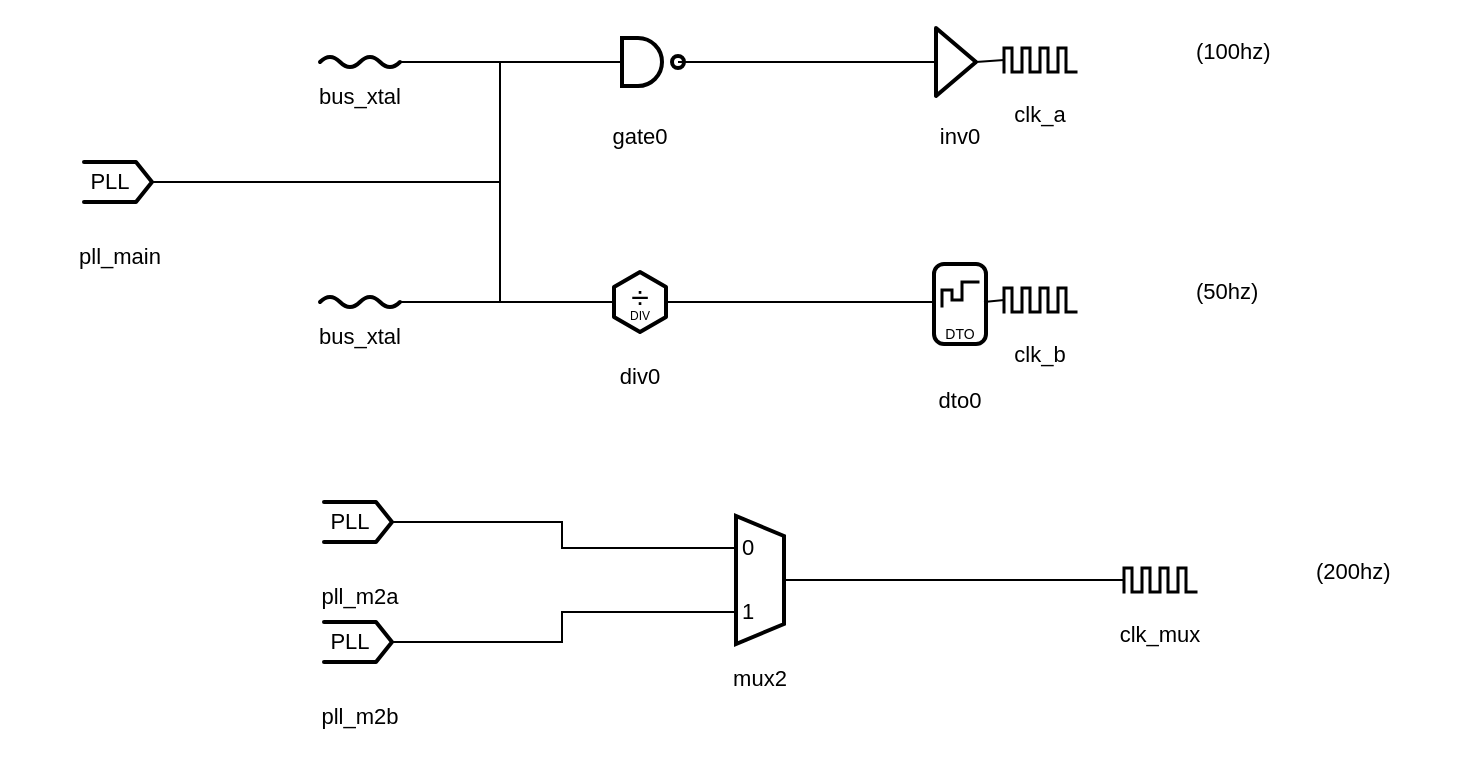
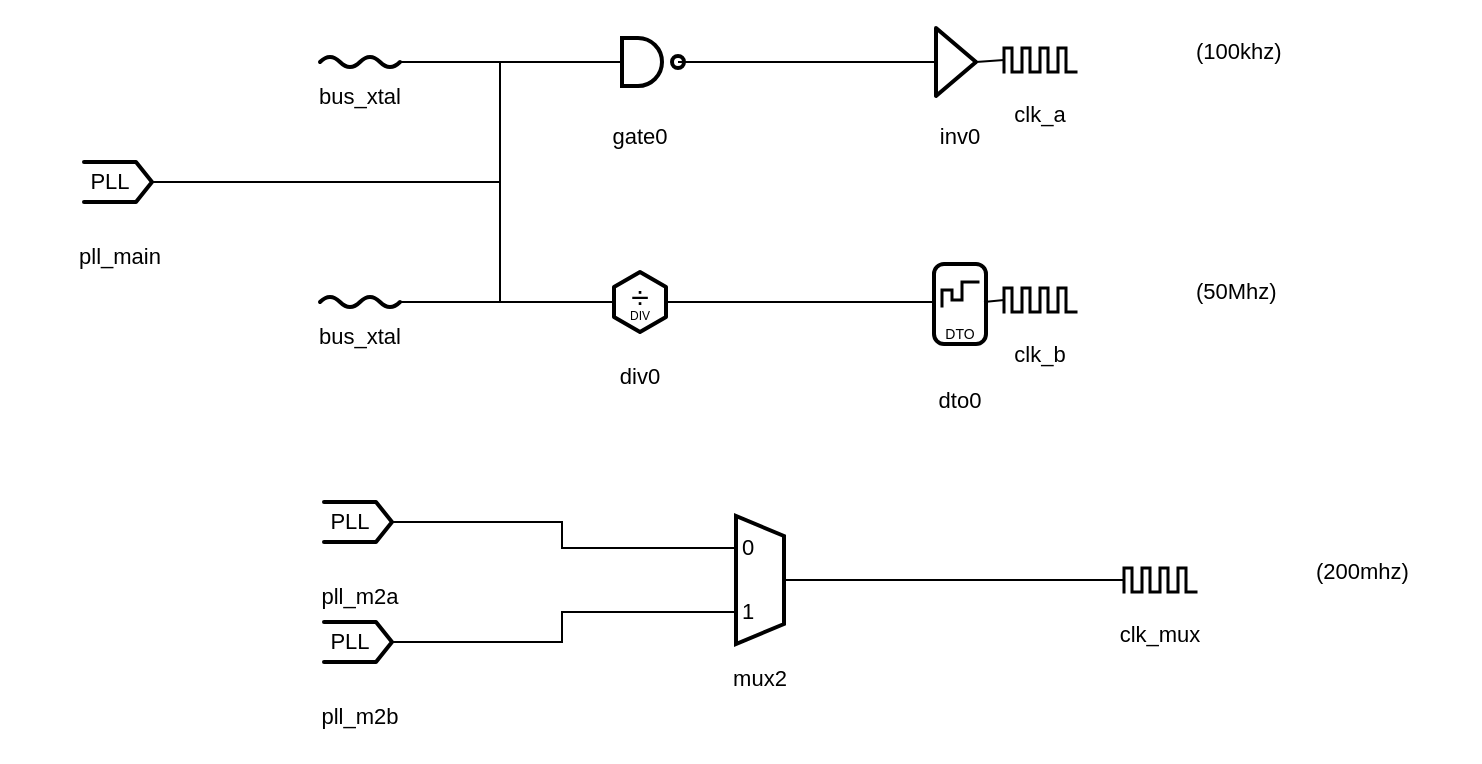
<mxfile>
  <diagram id="fig2" name="fig2"><mxGraphModel>
      <root>
        <mxCell id="0"/>
        <mxCell id="1" parent="0"/>
        <object name="bus_xtal" label="&lt;div style=&quot;position:relative;box-sizing:border-box;margin:0;padding:0;display:block;width:100%;height:100%;overflow:visible;white-space:nowrap;font-family:Helvetica,Arial,sans-serif;&quot;&gt;&lt;div style=&quot;position:absolute;left:0;top:0;width:100%;height:100%;&quot;&gt;&lt;svg xmlns=&quot;http://www.w3.org/2000/svg&quot; width=&quot;100%&quot; height=&quot;100%&quot; viewBox=&quot;0 0 120 40&quot; preserveAspectRatio=&quot;none&quot; style=&quot;display:block;overflow:visible;&quot;&gt;&lt;path d=&quot;M 40 14 Q 45 9 50 14 T 60 14 T 70 14 T 80 14&quot; fill=&quot;none&quot; stroke=&quot;#000000&quot; stroke-width=&quot;2&quot; stroke-linecap=&quot;round&quot; stroke-linejoin=&quot;round&quot;/&gt;&lt;/svg&gt;&lt;/div&gt;&lt;div style=&quot;position:absolute;left:50%;top:55.00000000000001%;transform:translateX(-50%);text-align:center;font-size:11px;line-height:1;white-space:nowrap;padding-top:4px;&quot;&gt;bus_xtal&lt;/div&gt;&lt;/div&gt;" placeholders="0" id="10">
          <mxCell style="rounded=0;whiteSpace=nowrap;html=1;metaEdit=1;placeholders=1;overflow=fill;autosize=0;fillColor=none;strokeColor=none;spacingTop=0;spacingBottom=0;spacingLeft=0;spacingRight=0;align=left;verticalAlign=top;drawclockType=wire;points=[[0.3333,0.3500,0,0,0],[0.6667,0.3500,0,0,0]];" vertex="1" parent="1">
            <mxGeometry x="40" y="66" width="120" height="40" as="geometry"/>
          </mxCell>
        </object>
        <object name="bus_xtal" label="&lt;div style=&quot;position:relative;box-sizing:border-box;margin:0;padding:0;display:block;width:100%;height:100%;overflow:visible;white-space:nowrap;font-family:Helvetica,Arial,sans-serif;&quot;&gt;&lt;div style=&quot;position:absolute;left:0;top:0;width:100%;height:100%;&quot;&gt;&lt;svg xmlns=&quot;http://www.w3.org/2000/svg&quot; width=&quot;100%&quot; height=&quot;100%&quot; viewBox=&quot;0 0 120 40&quot; preserveAspectRatio=&quot;none&quot; style=&quot;display:block;overflow:visible;&quot;&gt;&lt;path d=&quot;M 40 14 Q 45 9 50 14 T 60 14 T 70 14 T 80 14&quot; fill=&quot;none&quot; stroke=&quot;#000000&quot; stroke-width=&quot;2&quot; stroke-linecap=&quot;round&quot; stroke-linejoin=&quot;round&quot;/&gt;&lt;/svg&gt;&lt;/div&gt;&lt;div style=&quot;position:absolute;left:50%;top:55.00000000000001%;transform:translateX(-50%);text-align:center;font-size:11px;line-height:1;white-space:nowrap;padding-top:4px;&quot;&gt;bus_xtal&lt;/div&gt;&lt;/div&gt;" placeholders="0" id="11">
          <mxCell style="rounded=0;whiteSpace=nowrap;html=1;metaEdit=1;placeholders=1;overflow=fill;autosize=0;fillColor=none;strokeColor=none;spacingTop=0;spacingBottom=0;spacingLeft=0;spacingRight=0;align=left;verticalAlign=top;drawclockType=wire;points=[[0.3333,0.3500,0,0,0],[0.6667,0.3500,0,0,0]];" vertex="1" parent="1">
            <mxGeometry x="40" y="186" width="120" height="40" as="geometry"/>
          </mxCell>
        </object>
        <object name="gate0" label="&lt;div style=&quot;position:relative;box-sizing:border-box;margin:0;padding:0;display:block;width:100%;height:100%;overflow:visible;white-space:nowrap;font-family:Helvetica,Arial,sans-serif;&quot;&gt;&lt;div style=&quot;position:absolute;left:0;top:0;width:100%;height:100%;&quot;&gt;&lt;svg xmlns=&quot;http://www.w3.org/2000/svg&quot; width=&quot;100%&quot; height=&quot;100%&quot; viewBox=&quot;0 0 120 90&quot; preserveAspectRatio=&quot;none&quot; style=&quot;display:block;overflow:visible;&quot;&gt;&lt;path d=&quot;M 51 18 L 59 18 A 12 12 0 1 1 59 42 L 51 42 Z&quot; fill=&quot;none&quot; stroke=&quot;#000000&quot; stroke-width=&quot;2&quot; stroke-linejoin=&quot;miter&quot;/&gt;&lt;circle cx=&quot;79&quot; cy=&quot;30&quot; r=&quot;3&quot; fill=&quot;#ffffff&quot; stroke=&quot;#000000&quot; stroke-width=&quot;2&quot;/&gt;&lt;/svg&gt;&lt;/div&gt;&lt;div style=&quot;position:absolute;left:50%;top:64.44444444444444%;transform:translateX(-50%);text-align:center;font-size:11px;line-height:1;white-space:nowrap;padding-top:4px;&quot;&gt;gate0&lt;/div&gt;&lt;/div&gt;" placeholders="0" id="12">
          <mxCell style="rounded=0;whiteSpace=nowrap;html=1;metaEdit=1;placeholders=1;overflow=fill;autosize=0;fillColor=none;strokeColor=none;spacingTop=0;spacingBottom=0;spacingLeft=0;spacingRight=0;align=left;verticalAlign=top;drawclockType=gate;points=[[0.4250,0.3333,0,0,0],[0.6583,0.3333,0,0,0]];" vertex="1" parent="1">
            <mxGeometry x="180" y="50" width="120" height="90" as="geometry"/>
          </mxCell>
        </object>
        <object name="div0" label="&lt;div style=&quot;position:relative;box-sizing:border-box;margin:0;padding:0;display:block;width:100%;height:100%;overflow:visible;white-space:nowrap;font-family:Helvetica,Arial,sans-serif;&quot;&gt;&lt;div style=&quot;position:absolute;left:0;top:0;width:100%;height:100%;&quot;&gt;&lt;svg xmlns=&quot;http://www.w3.org/2000/svg&quot; width=&quot;100%&quot; height=&quot;100%&quot; viewBox=&quot;0 0 120 90&quot; preserveAspectRatio=&quot;none&quot; style=&quot;display:block;overflow:visible;&quot;&gt;&lt;polygon points=&quot;73.0,37.5 60.0,45.0 47.0,37.5 47.0,22.5 60.0,15.0 73.0,22.5&quot; fill=&quot;none&quot; stroke=&quot;#000000&quot; stroke-width=&quot;2&quot; stroke-linejoin=&quot;round&quot;/&gt;&lt;/svg&gt;&lt;span style=&quot;position:absolute;left:50.0%;top:31.11111111111111%;font-size:16px;line-height:1;white-space:nowrap;transform:translate(-50%,-50%);&quot;&gt;÷&lt;/span&gt;&lt;span style=&quot;position:absolute;left:50.0%;top:41.11111111111111%;font-size:6px;line-height:1;white-space:nowrap;transform:translate(-50%,-50%);&quot;&gt;DIV&lt;/span&gt;&lt;/div&gt;&lt;div style=&quot;position:absolute;left:50%;top:64.44444444444444%;transform:translateX(-50%);text-align:center;font-size:11px;line-height:1;white-space:nowrap;padding-top:4px;&quot;&gt;div0&lt;/div&gt;&lt;/div&gt;" placeholders="0" id="13">
          <mxCell style="rounded=0;whiteSpace=nowrap;html=1;metaEdit=1;placeholders=1;overflow=fill;autosize=0;fillColor=none;strokeColor=none;spacingTop=0;spacingBottom=0;spacingLeft=0;spacingRight=0;align=left;verticalAlign=top;drawclockType=div;points=[[0.4000,0.3333,0,0,0],[0.6000,0.3333,0,0,0]];" vertex="1" parent="1">
            <mxGeometry x="180" y="170" width="120" height="90" as="geometry"/>
          </mxCell>
        </object>
        <object name="pll_main" label="&lt;div style=&quot;position:relative;box-sizing:border-box;margin:0;padding:0;display:block;width:100%;height:100%;overflow:visible;white-space:nowrap;font-family:Helvetica,Arial,sans-serif;&quot;&gt;&lt;div style=&quot;position:absolute;left:0;top:0;width:100%;height:100%;&quot;&gt;&lt;svg xmlns=&quot;http://www.w3.org/2000/svg&quot; width=&quot;100%&quot; height=&quot;100%&quot; viewBox=&quot;0 0 120 90&quot; preserveAspectRatio=&quot;none&quot; style=&quot;display:block;overflow:visible;&quot;&gt;&lt;path d=&quot;M 42 20 L 68 20 L 76 30 L 68 40 L 42 40&quot; fill=&quot;none&quot; stroke=&quot;#000000&quot; stroke-width=&quot;2&quot; stroke-linejoin=&quot;round&quot; stroke-linecap=&quot;round&quot;/&gt;&lt;/svg&gt;&lt;span style=&quot;position:absolute;left:45.83333333333333%;top:33.33333333333333%;font-size:11px;line-height:1;white-space:nowrap;transform:translate(-50%,-50%);&quot;&gt;PLL&lt;/span&gt;&lt;/div&gt;&lt;div style=&quot;position:absolute;left:50%;top:64.44444444444444%;transform:translateX(-50%);text-align:center;font-size:11px;line-height:1;white-space:nowrap;padding-top:4px;&quot;&gt;pll_main&lt;/div&gt;&lt;/div&gt;" placeholders="0" id="14">
          <mxCell style="rounded=0;whiteSpace=nowrap;html=1;metaEdit=1;placeholders=1;overflow=fill;autosize=0;fillColor=none;strokeColor=none;spacingTop=0;spacingBottom=0;spacingLeft=0;spacingRight=0;align=left;verticalAlign=top;drawclockType=pll;points=[[0.6333,0.3333,0,0,0]];" vertex="1" parent="1">
            <mxGeometry x="-80" y="110" width="120" height="90" as="geometry"/>
          </mxCell>
        </object>
        <object name="inv0" label="&lt;div style=&quot;position:relative;box-sizing:border-box;margin:0;padding:0;display:block;width:100%;height:100%;overflow:visible;white-space:nowrap;font-family:Helvetica,Arial,sans-serif;&quot;&gt;&lt;div style=&quot;position:absolute;left:0;top:0;width:100%;height:100%;&quot;&gt;&lt;svg xmlns=&quot;http://www.w3.org/2000/svg&quot; width=&quot;100%&quot; height=&quot;100%&quot; viewBox=&quot;0 0 120 90&quot; preserveAspectRatio=&quot;none&quot; style=&quot;display:block;overflow:visible;&quot;&gt;&lt;polygon points=&quot;48,30 48,13 68,30 48,47&quot; fill=&quot;none&quot; stroke=&quot;#000000&quot; stroke-width=&quot;2&quot; stroke-linejoin=&quot;round&quot;/&gt;&lt;/svg&gt;&lt;/div&gt;&lt;div style=&quot;position:absolute;left:50%;top:64.44444444444444%;transform:translateX(-50%);text-align:center;font-size:11px;line-height:1;white-space:nowrap;padding-top:4px;&quot;&gt;inv0&lt;/div&gt;&lt;/div&gt;" placeholders="0" id="15">
          <mxCell style="rounded=0;whiteSpace=nowrap;html=1;metaEdit=1;placeholders=1;overflow=fill;autosize=0;fillColor=none;strokeColor=none;spacingTop=0;spacingBottom=0;spacingLeft=0;spacingRight=0;align=left;verticalAlign=top;drawclockType=inv;points=[[0.4000,0.3333,0,0,0],[0.5667,0.3333,0,0,0]];" vertex="1" parent="1">
            <mxGeometry x="340" y="50" width="120" height="90" as="geometry"/>
          </mxCell>
        </object>
        <object name="dto0" label="&lt;div style=&quot;position:relative;box-sizing:border-box;margin:0;padding:0;display:block;width:100%;height:100%;overflow:visible;white-space:nowrap;font-family:Helvetica,Arial,sans-serif;&quot;&gt;&lt;div style=&quot;position:absolute;left:0;top:0;width:100%;height:100%;&quot;&gt;&lt;svg xmlns=&quot;http://www.w3.org/2000/svg&quot; width=&quot;100%&quot; height=&quot;100%&quot; viewBox=&quot;0 0 120 90&quot; preserveAspectRatio=&quot;none&quot; style=&quot;display:block;overflow:visible;&quot;&gt;&lt;rect x=&quot;47&quot; y=&quot;11&quot; width=&quot;26&quot; height=&quot;40&quot; rx=&quot;5&quot; ry=&quot;5&quot; fill=&quot;none&quot; stroke=&quot;#000000&quot; stroke-width=&quot;2&quot;/&gt;&lt;path d=&quot;M 51 32 L 51 24 L 56 24 L 56 29 L 61 29 L 61 20 L 69 20&quot; fill=&quot;none&quot; stroke=&quot;#000000&quot; stroke-width=&quot;1.5&quot; stroke-linecap=&quot;square&quot;/&gt;&lt;/svg&gt;&lt;span style=&quot;position:absolute;left:50.0%;top:51.11111111111111%;font-size:7px;line-height:1;white-space:nowrap;transform:translate(-50%,-50%);&quot;&gt;DTO&lt;/span&gt;&lt;/div&gt;&lt;div style=&quot;position:absolute;left:50%;top:64.44444444444444%;transform:translateX(-50%);text-align:center;font-size:11px;line-height:1;white-space:nowrap;padding-top:16px;&quot;&gt;dto0&lt;/div&gt;&lt;/div&gt;" placeholders="0" id="16">
          <mxCell style="rounded=0;whiteSpace=nowrap;html=1;metaEdit=1;placeholders=1;overflow=fill;autosize=0;fillColor=none;strokeColor=none;spacingTop=0;spacingBottom=0;spacingLeft=0;spacingRight=0;align=left;verticalAlign=top;drawclockType=dto;points=[[0.4000,0.3333,0,0,0],[0.6000,0.3333,0,0,0]];" vertex="1" parent="1">
            <mxGeometry x="340" y="170" width="120" height="90" as="geometry"/>
          </mxCell>
        </object>
-         <object name="clk_a" label="&lt;div style=&quot;position:relative;box-sizing:border-box;margin:0;padding:0;display:block;width:100%;height:100%;overflow:visible;white-space:nowrap;font-family:Helvetica,Arial,sans-serif;&quot;&gt;&lt;div style=&quot;position:absolute;left:0;top:0;width:100%;height:100%;&quot;&gt;&lt;svg xmlns=&quot;http://www.w3.org/2000/svg&quot; width=&quot;100%&quot; height=&quot;100%&quot; viewBox=&quot;0 0 260 72&quot; preserveAspectRatio=&quot;none&quot; style=&quot;display:block;overflow:visible;&quot;&gt;&lt;path d=&quot;M 82 36 L 82 24 L 86 24 L 86 36 L 91 36 L 91 24 L 95 24 L 95 36 L 100 36 L 100 24 L 104 24 L 104 36 L 109 36 L 109 24 L 113 24 L 113 36 L 118 36&quot; fill=&quot;none&quot; stroke=&quot;#000000&quot; stroke-width=&quot;1.5&quot; stroke-linecap=&quot;square&quot; stroke-linejoin=&quot;miter&quot;/&gt;&lt;/svg&gt;&lt;/div&gt;&lt;div style=&quot;position:absolute;left:45.38461538461539%;top:36.11111111111111%;display:flex;align-items:center;white-space:nowrap;transform:translateY(-50%);&quot;&gt;&lt;div style=&quot;flex:0 0 auto;width:60px;&quot;&gt;&lt;/div&gt;&lt;span style=&quot;flex:0 0 auto;font-size:11px;line-height:1;white-space:nowrap;&quot;&gt;(100hz)&lt;/span&gt;&lt;/div&gt;&lt;div style=&quot;position:absolute;left:38.46153846153847%;top:50.0%;transform:translateX(-50%);text-align:center;font-size:11px;line-height:1;white-space:nowrap;padding-top:16px;&quot;&gt;clk_a&lt;/div&gt;&lt;/div&gt;" placeholders="0" id="17" freq="100">
+         <object name="clk_a" label="&lt;div style=&quot;position:relative;box-sizing:border-box;margin:0;padding:0;display:block;width:100%;height:100%;overflow:visible;white-space:nowrap;font-family:Helvetica,Arial,sans-serif;&quot;&gt;&lt;div style=&quot;position:absolute;left:0;top:0;width:100%;height:100%;&quot;&gt;&lt;svg xmlns=&quot;http://www.w3.org/2000/svg&quot; width=&quot;100%&quot; height=&quot;100%&quot; viewBox=&quot;0 0 260 72&quot; preserveAspectRatio=&quot;none&quot; style=&quot;display:block;overflow:visible;&quot;&gt;&lt;path d=&quot;M 82 36 L 82 24 L 86 24 L 86 36 L 91 36 L 91 24 L 95 24 L 95 36 L 100 36 L 100 24 L 104 24 L 104 36 L 109 36 L 109 24 L 113 24 L 113 36 L 118 36&quot; fill=&quot;none&quot; stroke=&quot;#000000&quot; stroke-width=&quot;1.5&quot; stroke-linecap=&quot;square&quot; stroke-linejoin=&quot;miter&quot;/&gt;&lt;/svg&gt;&lt;/div&gt;&lt;div style=&quot;position:absolute;left:45.38461538461539%;top:36.11111111111111%;display:flex;align-items:center;white-space:nowrap;transform:translateY(-50%);&quot;&gt;&lt;div style=&quot;flex:0 0 auto;width:60px;&quot;&gt;&lt;/div&gt;&lt;span style=&quot;flex:0 0 auto;font-size:11px;line-height:1;white-space:nowrap;&quot;&gt;(100khz)&lt;/span&gt;&lt;/div&gt;&lt;div style=&quot;position:absolute;left:38.46153846153847%;top:50.0%;transform:translateX(-50%);text-align:center;font-size:11px;line-height:1;white-space:nowrap;padding-top:16px;&quot;&gt;clk_a&lt;/div&gt;&lt;/div&gt;" placeholders="0" id="17" freq="100k">
          <mxCell style="rounded=0;whiteSpace=nowrap;html=1;metaEdit=1;placeholders=1;overflow=fill;autosize=0;fillColor=none;strokeColor=none;spacingTop=0;spacingBottom=0;spacingLeft=0;spacingRight=0;align=left;verticalAlign=top;drawclockType=clock;points=[[0.3154,0.4167,0,0,0]];" vertex="1" parent="1">
            <mxGeometry x="340" y="49" width="260" height="72" as="geometry"/>
          </mxCell>
        </object>
-         <object name="clk_b" label="&lt;div style=&quot;position:relative;box-sizing:border-box;margin:0;padding:0;display:block;width:100%;height:100%;overflow:visible;white-space:nowrap;font-family:Helvetica,Arial,sans-serif;&quot;&gt;&lt;div style=&quot;position:absolute;left:0;top:0;width:100%;height:100%;&quot;&gt;&lt;svg xmlns=&quot;http://www.w3.org/2000/svg&quot; width=&quot;100%&quot; height=&quot;100%&quot; viewBox=&quot;0 0 260 72&quot; preserveAspectRatio=&quot;none&quot; style=&quot;display:block;overflow:visible;&quot;&gt;&lt;path d=&quot;M 82 36 L 82 24 L 86 24 L 86 36 L 91 36 L 91 24 L 95 24 L 95 36 L 100 36 L 100 24 L 104 24 L 104 36 L 109 36 L 109 24 L 113 24 L 113 36 L 118 36&quot; fill=&quot;none&quot; stroke=&quot;#000000&quot; stroke-width=&quot;1.5&quot; stroke-linecap=&quot;square&quot; stroke-linejoin=&quot;miter&quot;/&gt;&lt;/svg&gt;&lt;/div&gt;&lt;div style=&quot;position:absolute;left:45.38461538461539%;top:36.11111111111111%;display:flex;align-items:center;white-space:nowrap;transform:translateY(-50%);&quot;&gt;&lt;div style=&quot;flex:0 0 auto;width:60px;&quot;&gt;&lt;/div&gt;&lt;span style=&quot;flex:0 0 auto;font-size:11px;line-height:1;white-space:nowrap;&quot;&gt;(50hz)&lt;/span&gt;&lt;/div&gt;&lt;div style=&quot;position:absolute;left:38.46153846153847%;top:50.0%;transform:translateX(-50%);text-align:center;font-size:11px;line-height:1;white-space:nowrap;padding-top:16px;&quot;&gt;clk_b&lt;/div&gt;&lt;/div&gt;" placeholders="0" id="18" freq="50">
+         <object name="clk_b" label="&lt;div style=&quot;position:relative;box-sizing:border-box;margin:0;padding:0;display:block;width:100%;height:100%;overflow:visible;white-space:nowrap;font-family:Helvetica,Arial,sans-serif;&quot;&gt;&lt;div style=&quot;position:absolute;left:0;top:0;width:100%;height:100%;&quot;&gt;&lt;svg xmlns=&quot;http://www.w3.org/2000/svg&quot; width=&quot;100%&quot; height=&quot;100%&quot; viewBox=&quot;0 0 260 72&quot; preserveAspectRatio=&quot;none&quot; style=&quot;display:block;overflow:visible;&quot;&gt;&lt;path d=&quot;M 82 36 L 82 24 L 86 24 L 86 36 L 91 36 L 91 24 L 95 24 L 95 36 L 100 36 L 100 24 L 104 24 L 104 36 L 109 36 L 109 24 L 113 24 L 113 36 L 118 36&quot; fill=&quot;none&quot; stroke=&quot;#000000&quot; stroke-width=&quot;1.5&quot; stroke-linecap=&quot;square&quot; stroke-linejoin=&quot;miter&quot;/&gt;&lt;/svg&gt;&lt;/div&gt;&lt;div style=&quot;position:absolute;left:45.38461538461539%;top:36.11111111111111%;display:flex;align-items:center;white-space:nowrap;transform:translateY(-50%);&quot;&gt;&lt;div style=&quot;flex:0 0 auto;width:60px;&quot;&gt;&lt;/div&gt;&lt;span style=&quot;flex:0 0 auto;font-size:11px;line-height:1;white-space:nowrap;&quot;&gt;(50Mhz)&lt;/span&gt;&lt;/div&gt;&lt;div style=&quot;position:absolute;left:38.46153846153847%;top:50.0%;transform:translateX(-50%);text-align:center;font-size:11px;line-height:1;white-space:nowrap;padding-top:16px;&quot;&gt;clk_b&lt;/div&gt;&lt;/div&gt;" placeholders="0" id="18" freq="50M">
          <mxCell style="rounded=0;whiteSpace=nowrap;html=1;metaEdit=1;placeholders=1;overflow=fill;autosize=0;fillColor=none;strokeColor=none;spacingTop=0;spacingBottom=0;spacingLeft=0;spacingRight=0;align=left;verticalAlign=top;drawclockType=clock;points=[[0.3154,0.4167,0,0,0]];" vertex="1" parent="1">
            <mxGeometry x="340" y="169" width="260" height="72" as="geometry"/>
          </mxCell>
        </object>
        <object name="mux2" label="&lt;div style=&quot;position:relative;box-sizing:border-box;margin:0;padding:0;display:block;width:100%;height:100%;overflow:visible;white-space:nowrap;font-family:Helvetica,Arial,sans-serif;&quot;&gt;&lt;div style=&quot;position:absolute;left:0;top:0;width:100%;height:100%;&quot;&gt;&lt;svg xmlns=&quot;http://www.w3.org/2000/svg&quot; width=&quot;100%&quot; height=&quot;100%&quot; viewBox=&quot;0 0 120 106&quot; preserveAspectRatio=&quot;none&quot; style=&quot;display:block;overflow:visible;&quot;&gt;&lt;polygon points=&quot;48,6 48,70 72,60 72,16&quot; fill=&quot;none&quot; stroke=&quot;#000000&quot; stroke-width=&quot;2&quot;/&gt;&lt;/svg&gt;&lt;span style=&quot;position:absolute;left:45.0%;top:20.754716981132077%;font-size:11px;line-height:1;white-space:nowrap;transform:translate(-50%,-50%);&quot;&gt;0&lt;/span&gt;&lt;span style=&quot;position:absolute;left:45.0%;top:50.943396226415096%;font-size:11px;line-height:1;white-space:nowrap;transform:translate(-50%,-50%);&quot;&gt;1&lt;/span&gt;&lt;/div&gt;&lt;div style=&quot;position:absolute;left:50%;top:73.58490566037736%;transform:translateX(-50%);text-align:center;font-size:11px;line-height:1;white-space:nowrap;padding-top:4px;&quot;&gt;mux2&lt;/div&gt;&lt;/div&gt;" placeholders="0" id="19" in0_label="0" in1_label="1">
          <mxCell style="rounded=0;whiteSpace=nowrap;html=1;metaEdit=1;placeholders=1;overflow=fill;autosize=0;fillColor=none;strokeColor=none;spacingTop=0;spacingBottom=0;spacingLeft=0;spacingRight=0;align=left;verticalAlign=top;drawclockType=mux2;points=[[0.4000,0.2075,0,0,0],[0.4000,0.5094,0,0,0],[0.6000,0.3585,0,0,0]];" vertex="1" parent="1">
            <mxGeometry x="240" y="301" width="120" height="106" as="geometry"/>
          </mxCell>
        </object>
        <object name="pll_m2a" label="&lt;div style=&quot;position:relative;box-sizing:border-box;margin:0;padding:0;display:block;width:100%;height:100%;overflow:visible;white-space:nowrap;font-family:Helvetica,Arial,sans-serif;&quot;&gt;&lt;div style=&quot;position:absolute;left:0;top:0;width:100%;height:100%;&quot;&gt;&lt;svg xmlns=&quot;http://www.w3.org/2000/svg&quot; width=&quot;100%&quot; height=&quot;100%&quot; viewBox=&quot;0 0 120 90&quot; preserveAspectRatio=&quot;none&quot; style=&quot;display:block;overflow:visible;&quot;&gt;&lt;path d=&quot;M 42 20 L 68 20 L 76 30 L 68 40 L 42 40&quot; fill=&quot;none&quot; stroke=&quot;#000000&quot; stroke-width=&quot;2&quot; stroke-linejoin=&quot;round&quot; stroke-linecap=&quot;round&quot;/&gt;&lt;/svg&gt;&lt;span style=&quot;position:absolute;left:45.83333333333333%;top:33.33333333333333%;font-size:11px;line-height:1;white-space:nowrap;transform:translate(-50%,-50%);&quot;&gt;PLL&lt;/span&gt;&lt;/div&gt;&lt;div style=&quot;position:absolute;left:50%;top:64.44444444444444%;transform:translateX(-50%);text-align:center;font-size:11px;line-height:1;white-space:nowrap;padding-top:4px;&quot;&gt;pll_m2a&lt;/div&gt;&lt;/div&gt;" placeholders="0" id="20">
          <mxCell style="rounded=0;whiteSpace=nowrap;html=1;metaEdit=1;placeholders=1;overflow=fill;autosize=0;fillColor=none;strokeColor=none;spacingTop=0;spacingBottom=0;spacingLeft=0;spacingRight=0;align=left;verticalAlign=top;drawclockType=pll;points=[[0.6333,0.3333,0,0,0]];" vertex="1" parent="1">
            <mxGeometry x="40" y="280" width="120" height="90" as="geometry"/>
          </mxCell>
        </object>
        <object name="pll_m2b" label="&lt;div style=&quot;position:relative;box-sizing:border-box;margin:0;padding:0;display:block;width:100%;height:100%;overflow:visible;white-space:nowrap;font-family:Helvetica,Arial,sans-serif;&quot;&gt;&lt;div style=&quot;position:absolute;left:0;top:0;width:100%;height:100%;&quot;&gt;&lt;svg xmlns=&quot;http://www.w3.org/2000/svg&quot; width=&quot;100%&quot; height=&quot;100%&quot; viewBox=&quot;0 0 120 90&quot; preserveAspectRatio=&quot;none&quot; style=&quot;display:block;overflow:visible;&quot;&gt;&lt;path d=&quot;M 42 20 L 68 20 L 76 30 L 68 40 L 42 40&quot; fill=&quot;none&quot; stroke=&quot;#000000&quot; stroke-width=&quot;2&quot; stroke-linejoin=&quot;round&quot; stroke-linecap=&quot;round&quot;/&gt;&lt;/svg&gt;&lt;span style=&quot;position:absolute;left:45.83333333333333%;top:33.33333333333333%;font-size:11px;line-height:1;white-space:nowrap;transform:translate(-50%,-50%);&quot;&gt;PLL&lt;/span&gt;&lt;/div&gt;&lt;div style=&quot;position:absolute;left:50%;top:64.44444444444444%;transform:translateX(-50%);text-align:center;font-size:11px;line-height:1;white-space:nowrap;padding-top:4px;&quot;&gt;pll_m2b&lt;/div&gt;&lt;/div&gt;" placeholders="0" id="21">
          <mxCell style="rounded=0;whiteSpace=nowrap;html=1;metaEdit=1;placeholders=1;overflow=fill;autosize=0;fillColor=none;strokeColor=none;spacingTop=0;spacingBottom=0;spacingLeft=0;spacingRight=0;align=left;verticalAlign=top;drawclockType=pll;points=[[0.6333,0.3333,0,0,0]];" vertex="1" parent="1">
            <mxGeometry x="40" y="340" width="120" height="90" as="geometry"/>
          </mxCell>
        </object>
-         <object name="clk_mux" label="&lt;div style=&quot;position:relative;box-sizing:border-box;margin:0;padding:0;display:block;width:100%;height:100%;overflow:visible;white-space:nowrap;font-family:Helvetica,Arial,sans-serif;&quot;&gt;&lt;div style=&quot;position:absolute;left:0;top:0;width:100%;height:100%;&quot;&gt;&lt;svg xmlns=&quot;http://www.w3.org/2000/svg&quot; width=&quot;100%&quot; height=&quot;100%&quot; viewBox=&quot;0 0 260 72&quot; preserveAspectRatio=&quot;none&quot; style=&quot;display:block;overflow:visible;&quot;&gt;&lt;path d=&quot;M 82 36 L 82 24 L 86 24 L 86 36 L 91 36 L 91 24 L 95 24 L 95 36 L 100 36 L 100 24 L 104 24 L 104 36 L 109 36 L 109 24 L 113 24 L 113 36 L 118 36&quot; fill=&quot;none&quot; stroke=&quot;#000000&quot; stroke-width=&quot;1.5&quot; stroke-linecap=&quot;square&quot; stroke-linejoin=&quot;miter&quot;/&gt;&lt;/svg&gt;&lt;/div&gt;&lt;div style=&quot;position:absolute;left:45.38461538461539%;top:36.11111111111111%;display:flex;align-items:center;white-space:nowrap;transform:translateY(-50%);&quot;&gt;&lt;div style=&quot;flex:0 0 auto;width:60px;&quot;&gt;&lt;/div&gt;&lt;span style=&quot;flex:0 0 auto;font-size:11px;line-height:1;white-space:nowrap;&quot;&gt;(200hz)&lt;/span&gt;&lt;/div&gt;&lt;div style=&quot;position:absolute;left:38.46153846153847%;top:50.0%;transform:translateX(-50%);text-align:center;font-size:11px;line-height:1;white-space:nowrap;padding-top:16px;&quot;&gt;clk_mux&lt;/div&gt;&lt;/div&gt;" placeholders="0" id="22" freq="200">
+         <object name="clk_mux" label="&lt;div style=&quot;position:relative;box-sizing:border-box;margin:0;padding:0;display:block;width:100%;height:100%;overflow:visible;white-space:nowrap;font-family:Helvetica,Arial,sans-serif;&quot;&gt;&lt;div style=&quot;position:absolute;left:0;top:0;width:100%;height:100%;&quot;&gt;&lt;svg xmlns=&quot;http://www.w3.org/2000/svg&quot; width=&quot;100%&quot; height=&quot;100%&quot; viewBox=&quot;0 0 260 72&quot; preserveAspectRatio=&quot;none&quot; style=&quot;display:block;overflow:visible;&quot;&gt;&lt;path d=&quot;M 82 36 L 82 24 L 86 24 L 86 36 L 91 36 L 91 24 L 95 24 L 95 36 L 100 36 L 100 24 L 104 24 L 104 36 L 109 36 L 109 24 L 113 24 L 113 36 L 118 36&quot; fill=&quot;none&quot; stroke=&quot;#000000&quot; stroke-width=&quot;1.5&quot; stroke-linecap=&quot;square&quot; stroke-linejoin=&quot;miter&quot;/&gt;&lt;/svg&gt;&lt;/div&gt;&lt;div style=&quot;position:absolute;left:45.38461538461539%;top:36.11111111111111%;display:flex;align-items:center;white-space:nowrap;transform:translateY(-50%);&quot;&gt;&lt;div style=&quot;flex:0 0 auto;width:60px;&quot;&gt;&lt;/div&gt;&lt;span style=&quot;flex:0 0 auto;font-size:11px;line-height:1;white-space:nowrap;&quot;&gt;(200mhz)&lt;/span&gt;&lt;/div&gt;&lt;div style=&quot;position:absolute;left:38.46153846153847%;top:50.0%;transform:translateX(-50%);text-align:center;font-size:11px;line-height:1;white-space:nowrap;padding-top:16px;&quot;&gt;clk_mux&lt;/div&gt;&lt;/div&gt;" placeholders="0" id="22" freq="200m">
          <mxCell style="rounded=0;whiteSpace=nowrap;html=1;metaEdit=1;placeholders=1;overflow=fill;autosize=0;fillColor=none;strokeColor=none;spacingTop=0;spacingBottom=0;spacingLeft=0;spacingRight=0;align=left;verticalAlign=top;drawclockType=clock;points=[[0.3154,0.4167,0,0,0]];" vertex="1" parent="1">
            <mxGeometry x="400" y="309" width="260" height="72" as="geometry"/>
          </mxCell>
        </object>
        <mxCell id="23" style="edgeStyle=none;rounded=0;html=1;endArrow=none;startArrow=none;strokeColor=#000000;exitDx=0;exitDy=0;entryDx=0;entryDy=0;exitPerimeter=0;entryPerimeter=0;exitX=0.6667;exitY=0.35;entryX=0.425;entryY=0.3333;" edge="1" parent="1" source="10" target="12">
          <mxGeometry relative="1" as="geometry"/>
        </mxCell>
        <mxCell id="24" style="edgeStyle=none;rounded=0;html=1;endArrow=none;startArrow=none;strokeColor=#000000;exitDx=0;exitDy=0;entryDx=0;entryDy=0;exitPerimeter=0;entryPerimeter=0;exitX=0.6667;exitY=0.35;entryX=0.4;entryY=0.3333;" edge="1" parent="1" source="11" target="13">
          <mxGeometry relative="1" as="geometry"/>
        </mxCell>
        <mxCell id="25" style="edgeStyle=none;rounded=0;html=1;endArrow=none;startArrow=none;strokeColor=#000000;exitDx=0;exitDy=0;entryDx=0;entryDy=0;exitPerimeter=0;entryPerimeter=0;exitX=0.6333;exitY=0.3333;entryX=0.425;entryY=0.3333;" edge="1" parent="1" source="14" target="12">
          <mxGeometry as="geometry"><Array as="points"><mxPoint x="170" y="140"/><mxPoint x="170" y="80"/></Array></mxGeometry>
        </mxCell>
        <mxCell id="26" style="edgeStyle=none;rounded=0;html=1;endArrow=none;startArrow=none;strokeColor=#000000;exitDx=0;exitDy=0;entryDx=0;entryDy=0;exitPerimeter=0;entryPerimeter=0;exitX=0.6333;exitY=0.3333;entryX=0.4;entryY=0.3333;" edge="1" parent="1" source="14" target="13">
          <mxGeometry as="geometry"><Array as="points"><mxPoint x="170" y="140"/><mxPoint x="170" y="200"/></Array></mxGeometry>
        </mxCell>
        <mxCell id="27" style="edgeStyle=none;rounded=0;html=1;endArrow=none;startArrow=none;strokeColor=#000000;exitDx=0;exitDy=0;entryDx=0;entryDy=0;exitPerimeter=0;entryPerimeter=0;exitX=0.6583;exitY=0.3333;entryX=0.4;entryY=0.3333;" edge="1" parent="1" source="12" target="15">
          <mxGeometry relative="1" as="geometry"/>
        </mxCell>
        <mxCell id="28" style="edgeStyle=none;rounded=0;html=1;endArrow=none;startArrow=none;strokeColor=#000000;exitDx=0;exitDy=0;entryDx=0;entryDy=0;exitPerimeter=0;entryPerimeter=0;exitX=0.6;exitY=0.3333;entryX=0.4;entryY=0.3333;" edge="1" parent="1" source="13" target="16">
          <mxGeometry relative="1" as="geometry"/>
        </mxCell>
        <mxCell id="29" style="edgeStyle=none;rounded=0;html=1;endArrow=none;startArrow=none;strokeColor=#000000;exitDx=0;exitDy=0;entryDx=0;entryDy=0;exitPerimeter=0;entryPerimeter=0;exitX=0.5667;exitY=0.3333;entryX=0.3154;entryY=0.4167;" edge="1" parent="1" source="15" target="17">
          <mxGeometry relative="1" as="geometry"/>
        </mxCell>
        <mxCell id="30" style="edgeStyle=none;rounded=0;html=1;endArrow=none;startArrow=none;strokeColor=#000000;exitDx=0;exitDy=0;entryDx=0;entryDy=0;exitPerimeter=0;entryPerimeter=0;exitX=0.6;exitY=0.3333;entryX=0.3154;entryY=0.4167;" edge="1" parent="1" source="16" target="18">
          <mxGeometry relative="1" as="geometry"/>
        </mxCell>
        <mxCell id="31" style="edgeStyle=none;rounded=0;html=1;endArrow=none;startArrow=none;strokeColor=#000000;exitDx=0;exitDy=0;entryDx=0;entryDy=0;exitPerimeter=0;entryPerimeter=0;exitX=0.6333;exitY=0.3333;entryX=0.4;entryY=0.2075;" edge="1" parent="1" source="20" target="19">
          <mxGeometry as="geometry"><Array as="points"><mxPoint x="201" y="310"/><mxPoint x="201" y="323"/></Array></mxGeometry>
        </mxCell>
        <mxCell id="32" style="edgeStyle=none;rounded=0;html=1;endArrow=none;startArrow=none;strokeColor=#000000;exitDx=0;exitDy=0;entryDx=0;entryDy=0;exitPerimeter=0;entryPerimeter=0;exitX=0.6333;exitY=0.3333;entryX=0.4;entryY=0.5094;" edge="1" parent="1" source="21" target="19">
          <mxGeometry as="geometry"><Array as="points"><mxPoint x="201" y="370"/><mxPoint x="201" y="355"/></Array></mxGeometry>
        </mxCell>
        <mxCell id="33" style="edgeStyle=none;rounded=0;html=1;endArrow=none;startArrow=none;strokeColor=#000000;exitDx=0;exitDy=0;entryDx=0;entryDy=0;exitPerimeter=0;entryPerimeter=0;exitX=0.6;exitY=0.3585;entryX=0.3154;entryY=0.4167;" edge="1" parent="1" source="19" target="22">
          <mxGeometry relative="1" as="geometry"/>
        </mxCell>
      </root>
    </mxGraphModel></diagram>
</mxfile>
